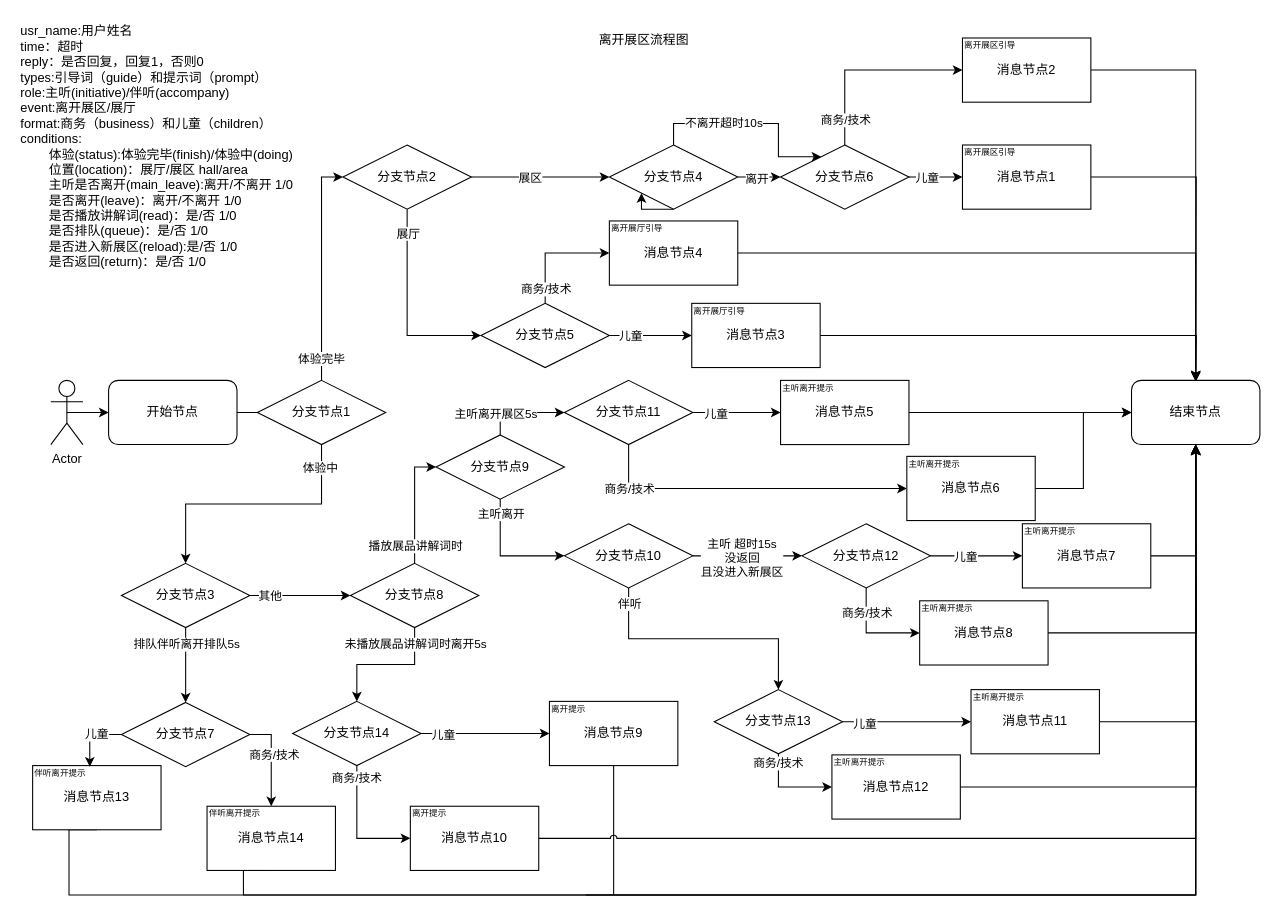
Above: 8.离开展厅.drawio in huaxiaojilzg/workflow_draw (draw.io), before the change. Source tidied: cells renumbered, new cells numbered last; positions are measured from the earlier drawing's top-left corner, leaving out a move shared by most shapes. Both pictures are drawn from the tidied source at 107%, with x=0, y=0 at pixel (18, 18).
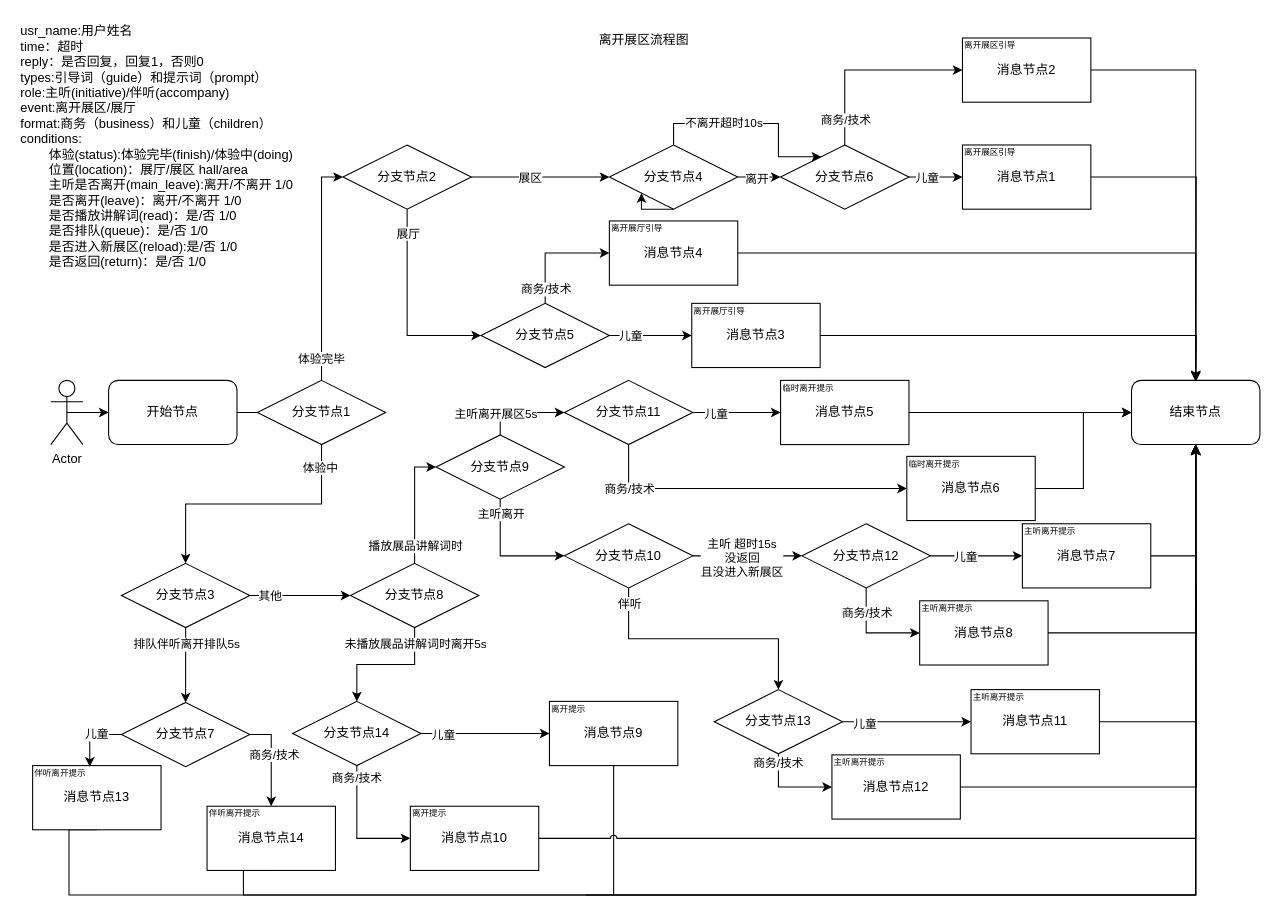
The same diagram, later.

Commit message:
更新8.离开展厅.drawio

Change to the diagram source:
```diff
@@
-    <mxCell id="54" value="&lt;font style=&quot;font-size: 8px;&quot;&gt;主听离开提示&lt;/font&gt;" style="text;html=1;align=left;verticalAlign=middle;whiteSpace=wrap;rounded=0;" parent="1" vertex="1">
+    <mxCell id="54" value="&lt;font style=&quot;font-size: 8px;&quot;&gt;临时离开提示&lt;/font&gt;" style="text;html=1;align=left;verticalAlign=middle;whiteSpace=wrap;rounded=0;" parent="1" vertex="1">
       <mxGeometry x="830" y="409" width="70" height="11" as="geometry" />
     </mxCell>
-    <mxCell id="55" value="&lt;font style=&quot;font-size: 8px;&quot;&gt;主听离开提示&lt;/font&gt;" style="text;html=1;align=left;verticalAlign=middle;whiteSpace=wrap;rounded=0;" parent="1" vertex="1">
+    <mxCell id="55" value="&lt;font style=&quot;font-size: 8px;&quot;&gt;临时离开提示&lt;/font&gt;" style="text;html=1;align=left;verticalAlign=middle;whiteSpace=wrap;rounded=0;" parent="1" vertex="1">
       <mxGeometry x="712" y="338" width="70" height="11" as="geometry" />
     </mxCell>
```
